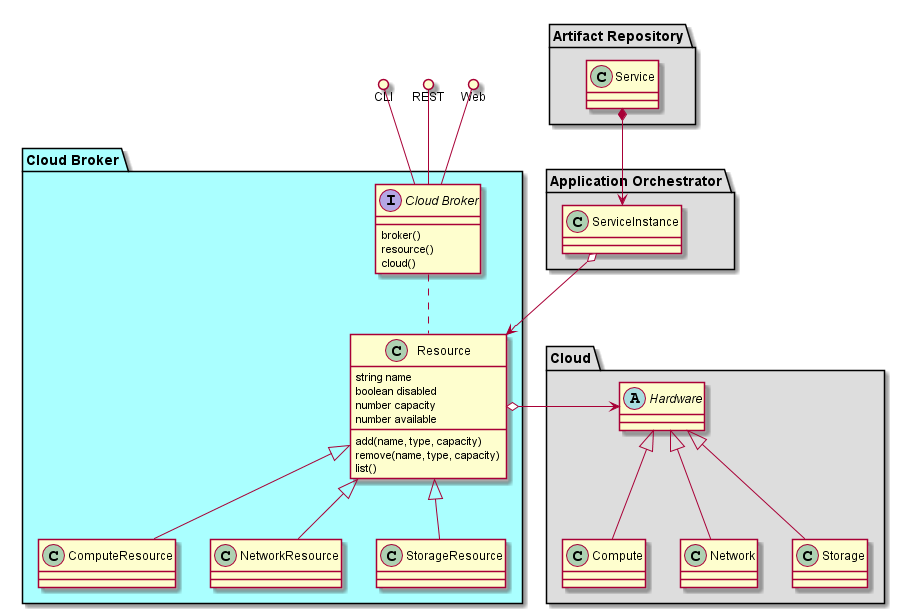
Earlier version of the PlantUML export docs/Solution/Cloud-Broker/Logical.png (CAADE/C3).
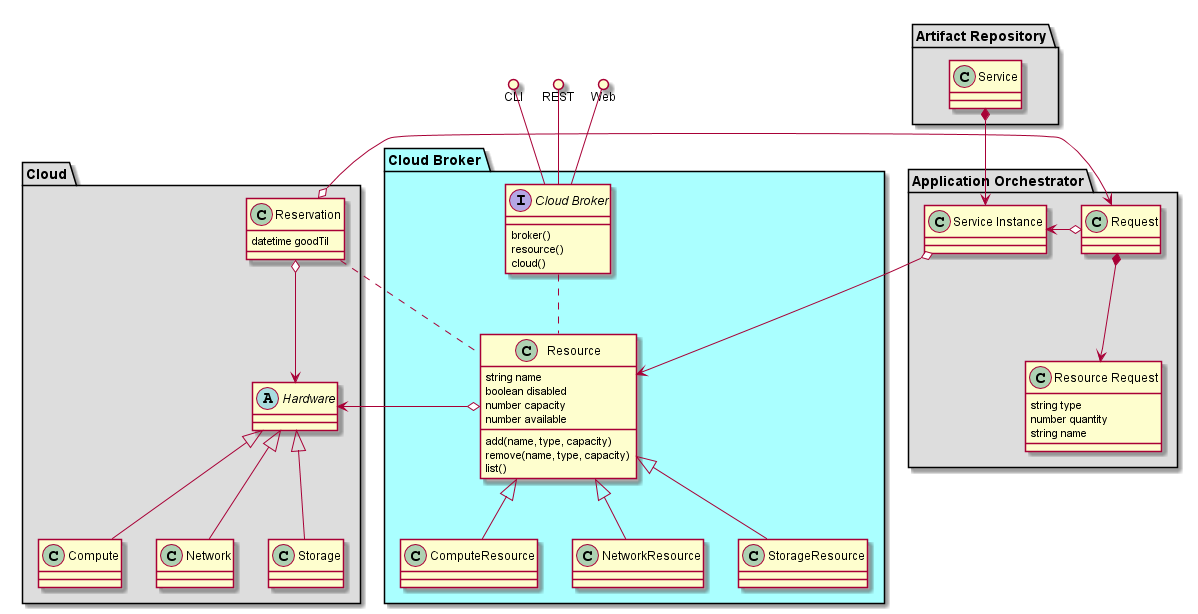
Above is the later version.

Change to the diagram source:
```diff
@@ -1,4 +1,23 @@
 @startuml
+
+package "Artifact Repository" #dddddd {
+  class "Service" {
+  }
+}
+
+package "Application Orchestrator" #dddddd {
+  class "Service Instance" {
+  }
+  class "Resource Request" {
+    string type
+    number quantity
+    string name
+  }
+  class Request {
+  }
+}
+
+Service *--> "Service Instance"
 
 package "Cloud Broker" #aaffff {
     interface "Cloud Broker" {
@@ -26,6 +45,9 @@
     Resource <|-- NetworkResource
 }
 package Cloud #dddddd {
+    class Reservation {
+      datetime goodTil
+    }
   abstract Hardware {
   }
   class Compute {
@@ -39,24 +61,20 @@
   Hardware <|-- Network
 }
 
-package "Artifact Repository" #dddddd {
-  class "Service" {
-  }
-}
-
-package "Application Orchestrator" #dddddd {
-  class "ServiceInstance" {
-  }
-}
-
 CLI ()-- "Cloud Broker"
 REST ()-- "Cloud Broker"
 Web ()-- "Cloud Broker"
 "Cloud Broker" .. Resource
 
-Resource o-> Hardware
+Resource o--> Hardware
 
-ServiceInstance o--> Resource
-Service *--> ServiceInstance
+"Service Instance" o--> Resource
+Request o-> "Service Instance"
+Request *--> "Resource Request"
+
+Reservation o--> "Request"
+Reservation o--> "Hardware"
+Reservation .. Resource
+
 
 @enduml
```
